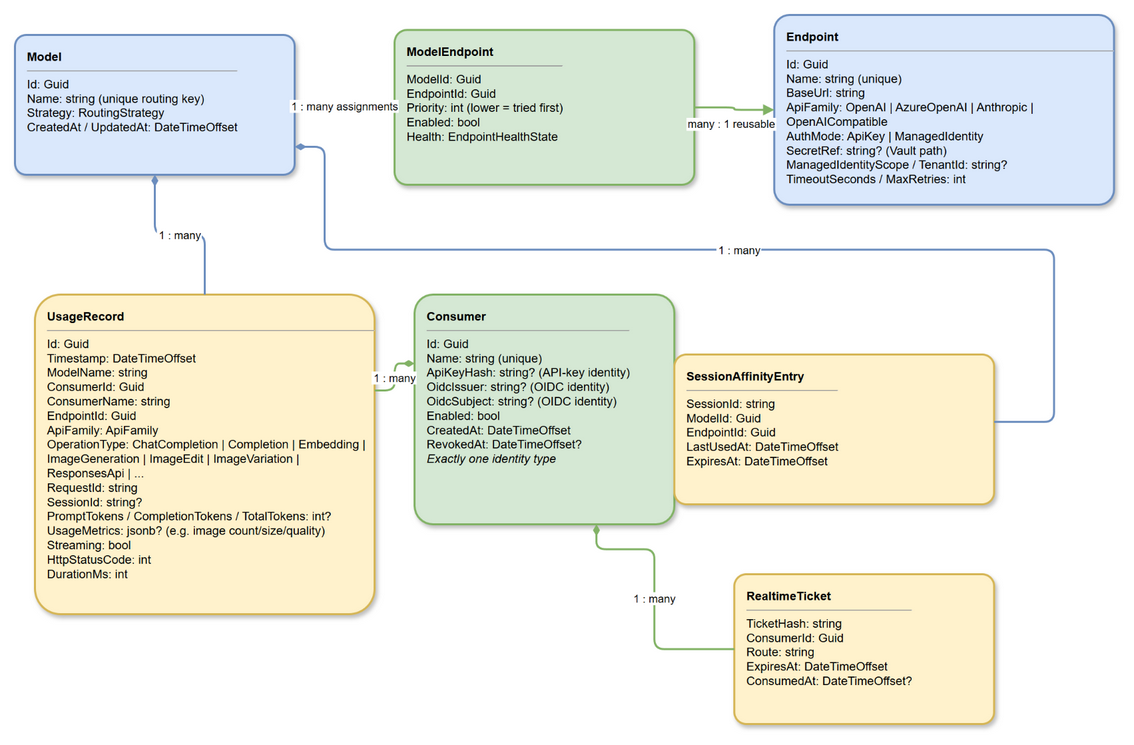
The draw.io diagram specs/architecture/diagrams/02-domain-model.png in azureholic/AIProxyPlus, before a commit. Source tidied: cells renumbered, new cells last; positions are measured from the earlier drawing's top-left corner, leaving out a move shared by most shapes.
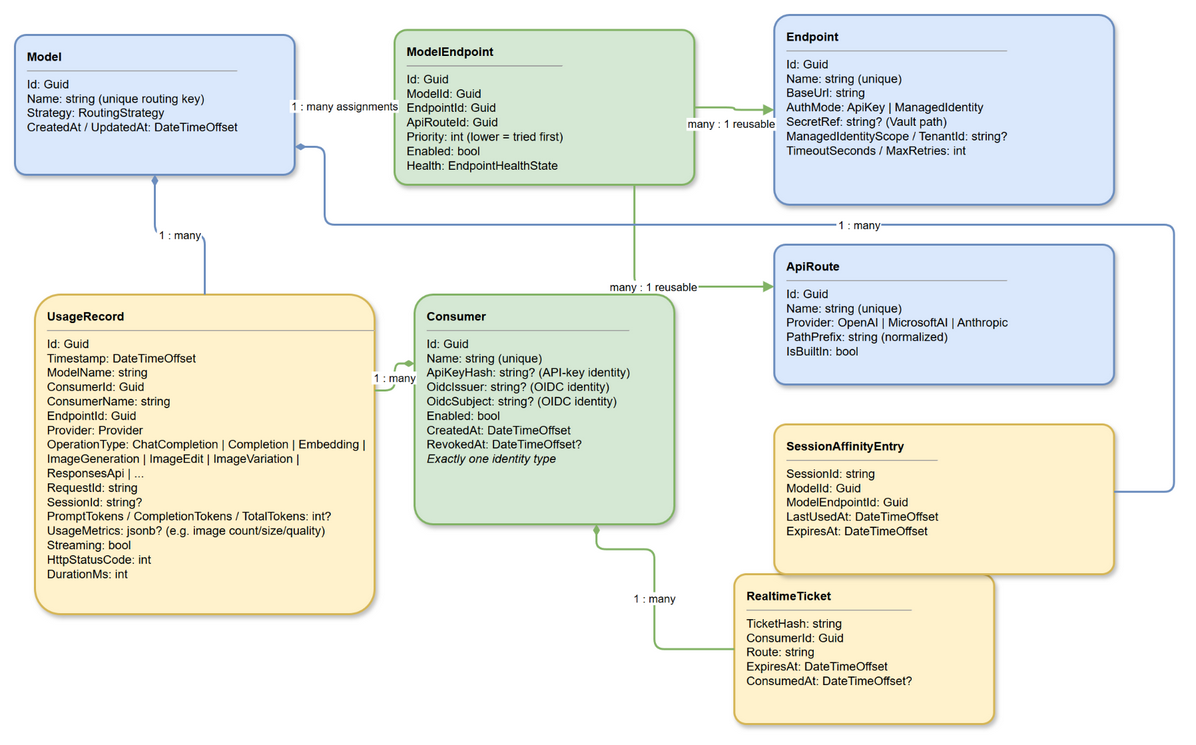
Above is the later version.

Diff of the diagram source:
```diff
@@ -5,13 +5,16 @@
     <mxCell id="2" value="&lt;b&gt;Model&lt;/b&gt;&lt;hr size=1&gt;Id: Guid&lt;br&gt;Name: string (unique routing key)&lt;br&gt;Strategy: RoutingStrategy&lt;br&gt;CreatedAt / UpdatedAt: DateTimeOffset" style="rounded=1;whiteSpace=wrap;html=1;fillColor=#dae8fc;strokeColor=#6c8ebf;strokeWidth=2;arcSize=8;shadow=1;align=left;verticalAlign=top;spacingLeft=10;spacingTop=8;fontSize=12;" parent="1" vertex="1">
       <mxGeometry y="20" width="280" height="140" as="geometry" />
     </mxCell>
-    <mxCell id="3" value="&lt;b&gt;ModelEndpoint&lt;/b&gt;&lt;hr size=1&gt;ModelId: Guid&lt;br&gt;EndpointId: Guid&lt;br&gt;Priority: int (lower = tried first)&lt;br&gt;Enabled: bool&lt;br&gt;Health: EndpointHealthState" style="rounded=1;whiteSpace=wrap;html=1;fillColor=#d5e8d4;strokeColor=#82b366;strokeWidth=2;arcSize=8;shadow=1;align=left;verticalAlign=top;spacingLeft=10;spacingTop=8;fontSize=12;" parent="1" vertex="1">
+    <mxCell id="3" value="&lt;b&gt;ModelEndpoint&lt;/b&gt;&lt;hr size=1&gt;Id: Guid&lt;br&gt;ModelId: Guid&lt;br&gt;EndpointId: Guid&lt;br&gt;ApiRouteId: Guid&lt;br&gt;Priority: int (lower = tried first)&lt;br&gt;Enabled: bool&lt;br&gt;Health: EndpointHealthState" style="rounded=1;whiteSpace=wrap;html=1;fillColor=#d5e8d4;strokeColor=#82b366;strokeWidth=2;arcSize=8;shadow=1;align=left;verticalAlign=top;spacingLeft=10;spacingTop=8;fontSize=12;" parent="1" vertex="1">
       <mxGeometry x="380" y="15" width="300" height="155" as="geometry" />
     </mxCell>
-    <mxCell id="4" value="&lt;b&gt;Endpoint&lt;/b&gt;&lt;hr size=1&gt;Id: Guid&lt;br&gt;Name: string (unique)&lt;br&gt;BaseUrl: string&lt;br&gt;ApiFamily: OpenAI | AzureOpenAI | Anthropic | OpenAICompatible&lt;br&gt;AuthMode: ApiKey | ManagedIdentity&lt;br&gt;SecretRef: string? (Vault path)&lt;br&gt;ManagedIdentityScope / TenantId: string?&lt;br&gt;TimeoutSeconds / MaxRetries: int" style="rounded=1;whiteSpace=wrap;html=1;fillColor=#dae8fc;strokeColor=#6c8ebf;strokeWidth=2;arcSize=8;shadow=1;align=left;verticalAlign=top;spacingLeft=10;spacingTop=8;fontSize=12;" parent="1" vertex="1">
+    <mxCell id="4" value="&lt;b&gt;Endpoint&lt;/b&gt;&lt;hr size=1&gt;Id: Guid&lt;br&gt;Name: string (unique)&lt;br&gt;BaseUrl: string&lt;br&gt;AuthMode: ApiKey | ManagedIdentity&lt;br&gt;SecretRef: string? (Vault path)&lt;br&gt;ManagedIdentityScope / TenantId: string?&lt;br&gt;TimeoutSeconds / MaxRetries: int" style="rounded=1;whiteSpace=wrap;html=1;fillColor=#dae8fc;strokeColor=#6c8ebf;strokeWidth=2;arcSize=8;shadow=1;align=left;verticalAlign=top;spacingLeft=10;spacingTop=8;fontSize=12;" parent="1" vertex="1">
       <mxGeometry x="760" width="340" height="190" as="geometry" />
     </mxCell>
+    <mxCell id="15" value="&lt;b&gt;ApiRoute&lt;/b&gt;&lt;hr size=1&gt;Id: Guid&lt;br&gt;Name: string (unique)&lt;br&gt;Provider: OpenAI | MicrosoftAI | Anthropic&lt;br&gt;PathPrefix: string (normalized)&lt;br&gt;IsBuiltIn: bool" style="rounded=1;whiteSpace=wrap;html=1;fillColor=#dae8fc;strokeColor=#6c8ebf;strokeWidth=2;arcSize=8;shadow=1;align=left;verticalAlign=top;spacingLeft=10;spacingTop=8;fontSize=12;" parent="1" vertex="1">
+      <mxGeometry x="760" y="230" width="340" height="140" as="geometry" />
+    </mxCell>
-    <mxCell id="5" value="&lt;b&gt;UsageRecord&lt;/b&gt;&lt;hr size=1&gt;Id: Guid&lt;br&gt;Timestamp: DateTimeOffset&lt;br&gt;ModelName: string&lt;br&gt;ConsumerId: Guid&lt;br&gt;ConsumerName: string&lt;br&gt;EndpointId: Guid&lt;br&gt;ApiFamily: ApiFamily&lt;br&gt;OperationType: ChatCompletion | Completion | Embedding | ImageGeneration | ImageEdit | ImageVariation | ResponsesApi | ...&lt;br&gt;RequestId: string&lt;br&gt;SessionId: string?&lt;br&gt;PromptTokens / CompletionTokens / TotalTokens: int?&lt;br&gt;UsageMetrics: jsonb? (e.g. image count/size/quality)&lt;br&gt;Streaming: bool&lt;br&gt;HttpStatusCode: int&lt;br&gt;DurationMs: int" style="rounded=1;whiteSpace=wrap;html=1;fillColor=#fff2cc;strokeColor=#d6b656;strokeWidth=2;arcSize=8;shadow=1;align=left;verticalAlign=top;spacingLeft=10;spacingTop=8;fontSize=12;" parent="1" vertex="1">
+    <mxCell id="5" value="&lt;b&gt;UsageRecord&lt;/b&gt;&lt;hr size=1&gt;Id: Guid&lt;br&gt;Timestamp: DateTimeOffset&lt;br&gt;ModelName: string&lt;br&gt;ConsumerId: Guid&lt;br&gt;ConsumerName: string&lt;br&gt;EndpointId: Guid&lt;br&gt;Provider: Provider&lt;br&gt;OperationType: ChatCompletion | Completion | Embedding | ImageGeneration | ImageEdit | ImageVariation | ResponsesApi | ...&lt;br&gt;RequestId: string&lt;br&gt;SessionId: string?&lt;br&gt;PromptTokens / CompletionTokens / TotalTokens: int?&lt;br&gt;UsageMetrics: jsonb? (e.g. image count/size/quality)&lt;br&gt;Streaming: bool&lt;br&gt;HttpStatusCode: int&lt;br&gt;DurationMs: int" style="rounded=1;whiteSpace=wrap;html=1;fillColor=#fff2cc;strokeColor=#d6b656;strokeWidth=2;arcSize=8;shadow=1;align=left;verticalAlign=top;spacingLeft=10;spacingTop=8;fontSize=12;" parent="1" vertex="1">
       <mxGeometry x="20" y="280" width="340" height="320" as="geometry" />
     </mxCell>
     <mxCell id="6" value="&lt;b&gt;Consumer&lt;/b&gt;&lt;hr size=1&gt;Id: Guid&lt;br&gt;Name: string (unique)&lt;br&gt;ApiKeyHash: string? (API-key identity)&lt;br&gt;OidcIssuer: string? (OIDC identity)&lt;br&gt;OidcSubject: string? (OIDC identity)&lt;br&gt;Enabled: bool&lt;br&gt;CreatedAt: DateTimeOffset&lt;br&gt;RevokedAt: DateTimeOffset?&lt;br&gt;&lt;i&gt;Exactly one identity type&lt;/i&gt;" style="rounded=1;whiteSpace=wrap;html=1;fillColor=#d5e8d4;strokeColor=#82b366;strokeWidth=2;arcSize=8;shadow=1;align=left;verticalAlign=top;spacingLeft=10;spacingTop=8;fontSize=12;" parent="1" vertex="1">
@@ -20,8 +23,8 @@
     <mxCell id="7" value="&lt;b&gt;RealtimeTicket&lt;/b&gt;&lt;hr size=1&gt;TicketHash: string&lt;br&gt;ConsumerId: Guid&lt;br&gt;Route: string&lt;br&gt;ExpiresAt: DateTimeOffset&lt;br&gt;ConsumedAt: DateTimeOffset?" style="rounded=1;whiteSpace=wrap;html=1;fillColor=#fff2cc;strokeColor=#d6b656;strokeWidth=2;arcSize=8;shadow=1;align=left;verticalAlign=top;spacingLeft=10;spacingTop=8;fontSize=12;" parent="1" vertex="1">
       <mxGeometry x="720" y="560" width="260" height="150" as="geometry" />
     </mxCell>
-    <mxCell id="8" value="&lt;b&gt;SessionAffinityEntry&lt;/b&gt;&lt;hr size=1&gt;SessionId: string&lt;br&gt;ModelId: Guid&lt;br&gt;EndpointId: Guid&lt;br&gt;LastUsedAt: DateTimeOffset&lt;br&gt;ExpiresAt: DateTimeOffset" style="rounded=1;whiteSpace=wrap;html=1;fillColor=#fff2cc;strokeColor=#d6b656;strokeWidth=2;arcSize=8;shadow=1;align=left;verticalAlign=top;spacingLeft=10;spacingTop=8;fontSize=12;" parent="1" vertex="1">
-      <mxGeometry x="660" y="340" width="320" height="150" as="geometry" />
+    <mxCell id="8" value="&lt;b&gt;SessionAffinityEntry&lt;/b&gt;&lt;hr size=1&gt;SessionId: string&lt;br&gt;ModelId: Guid&lt;br&gt;ModelEndpointId: Guid&lt;br&gt;LastUsedAt: DateTimeOffset&lt;br&gt;ExpiresAt: DateTimeOffset" style="rounded=1;whiteSpace=wrap;html=1;fillColor=#fff2cc;strokeColor=#d6b656;strokeWidth=2;arcSize=8;shadow=1;align=left;verticalAlign=top;spacingLeft=10;spacingTop=8;fontSize=12;" parent="1" vertex="1">
+      <mxGeometry x="760" y="410" width="340" height="150" as="geometry" />
     </mxCell>
     <mxCell id="9" value="1 : many assignments" style="edgeStyle=orthogonalEdgeStyle;rounded=1;strokeColor=#6c8ebf;strokeWidth=2;fontSize=11;startArrow=diamondThin;startFill=1;endArrow=none;labelBackgroundColor=#ffffff;" parent="1" edge="1" source="2" target="3">
       <mxGeometry relative="1" as="geometry" />
@@ -29,15 +32,18 @@
     <mxCell id="10" value="many : 1 reusable" style="edgeStyle=orthogonalEdgeStyle;rounded=1;strokeColor=#82b366;strokeWidth=2;fontSize=11;startArrow=none;endArrow=block;endFill=1;labelBackgroundColor=#ffffff;" parent="1" edge="1" source="3" target="4">
       <mxGeometry x="-0.1" y="-16" relative="1" as="geometry" />
     </mxCell>
+    <mxCell id="16" value="many : 1 reusable" style="edgeStyle=orthogonalEdgeStyle;rounded=1;strokeColor=#82b366;strokeWidth=2;fontSize=11;startArrow=none;endArrow=block;endFill=1;labelBackgroundColor=#ffffff;exitX=0.8;exitY=1;entryX=0;entryY=0.3;" parent="1" edge="1" source="3" target="15">
+      <mxGeometry relative="1" as="geometry" />
+    </mxCell>
     <mxCell id="11" value="1 : many" style="edgeStyle=orthogonalEdgeStyle;rounded=1;strokeColor=#6c8ebf;strokeWidth=2;fontSize=11;startArrow=diamondThin;startFill=1;endArrow=none;labelBackgroundColor=#ffffff;" parent="1" edge="1" source="2" target="5">
       <mxGeometry relative="1" as="geometry" />
     </mxCell>
     <mxCell id="12" value="1 : many" style="edgeStyle=orthogonalEdgeStyle;rounded=1;strokeColor=#6c8ebf;strokeWidth=2;fontSize=11;startArrow=diamondThin;startFill=1;endArrow=none;labelBackgroundColor=#ffffff;exitX=1;exitY=0.8;exitDx=0;exitDy=0;entryX=1;entryY=0.45;entryDx=0;entryDy=0;" parent="1" edge="1" source="2" target="8">
       <mxGeometry relative="1" as="geometry">
         <Array as="points">
-          <mxPoint x="310" y="235" />
-          <mxPoint x="1040" y="235" />
-          <mxPoint x="1040" y="408" />
+          <mxPoint x="310" y="210" />
+          <mxPoint x="1160" y="210" />
+          <mxPoint x="1160" y="478" />
         </Array>
       </mxGeometry>
     </mxCell>
```
